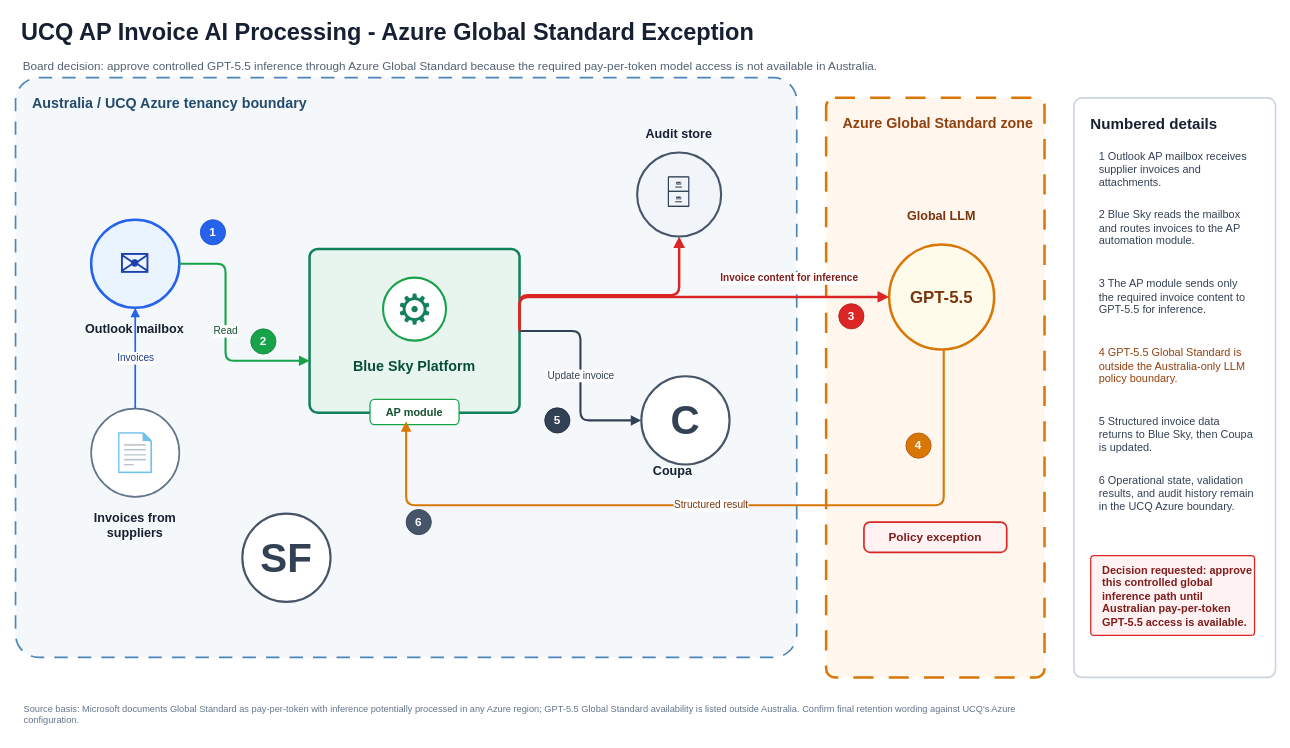
Earlier version of the draw.io diagram Untitled Diagram.drawio (maralcbr/sequence-diagrams). Source tidied: cells renumbered, new cells numbered last; positions are measured from the earlier drawing's top-left corner, leaving out a move shared by most shapes. Both pictures are drawn from the tidied source at 84%, with x=0, y=0 at pixel (15, 14).
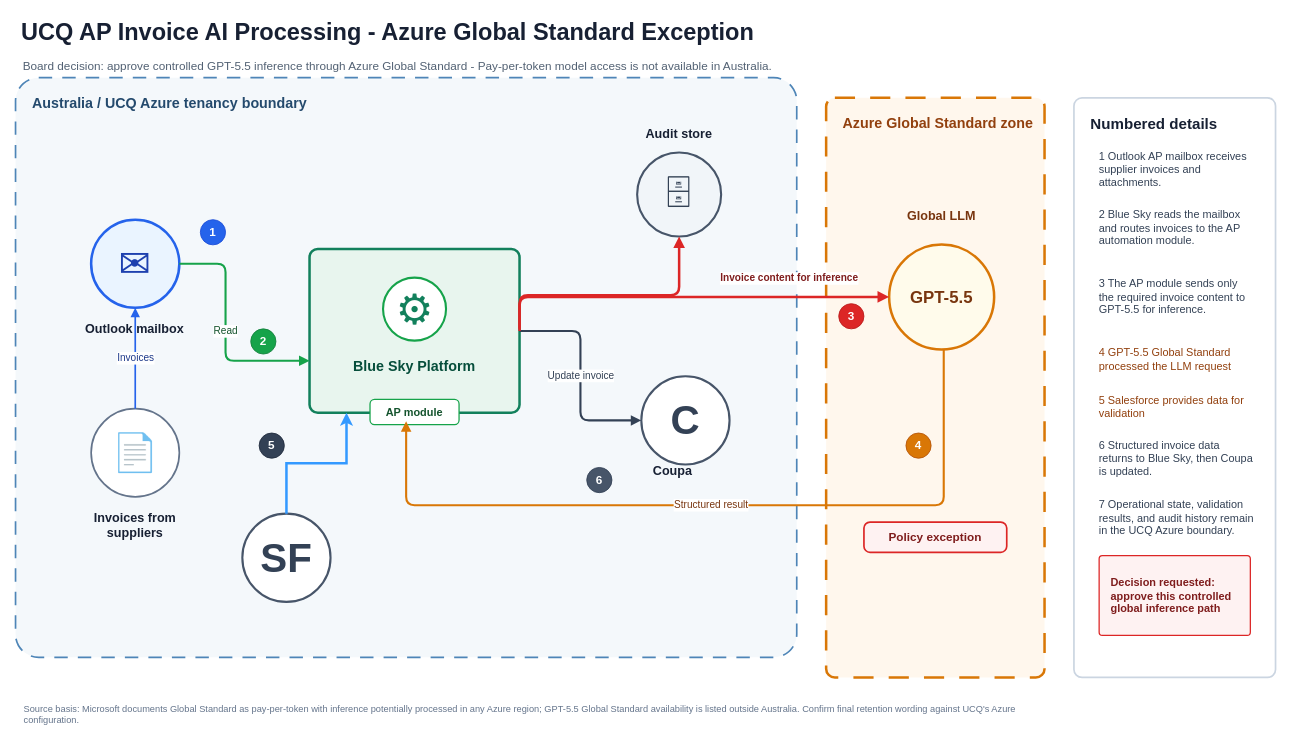
The same diagram, later.

Unchanged cells that the change refers to:
```xml
<mxCell id="11" style="rounded=1;whiteSpace=wrap;html=1;fillColor=#E8F5EE;strokeColor=#12805C;strokeWidth=3;arcSize=5;" parent="1" vertex="1">
  <mxGeometry x="350" y="279" width="250" height="195" as="geometry" />
</mxCell>
<mxCell id="42" value="SF" style="ellipse;whiteSpace=wrap;html=1;fillColor=#FFFFFF;strokeColor=#475569;strokeWidth=2.5;fontSize=48;fontStyle=1;fontColor=#334155;" parent="1" vertex="1">
  <mxGeometry x="270" y="594" width="105" height="105" as="geometry" />
</mxCell>
```

Diff of the diagram source:
```diff
@@
-    <mxCell id="3" value="Board decision: approve controlled GPT-5.5 inference through Azure Global Standard because the required pay-per-token model access is not available in Australia." style="text;html=1;strokeColor=none;fillColor=none;align=left;verticalAlign=top;whiteSpace=wrap;rounded=0;fontSize=14;fontColor=#526173;" parent="1" vertex="1">
+    <mxCell id="3" value="Board decision: approve controlled GPT-5.5 inference through Azure Global Standard - Pay-per-token model access is not available in Australia." style="text;html=1;strokeColor=none;fillColor=none;align=left;verticalAlign=top;whiteSpace=wrap;rounded=0;fontSize=14;fontColor=#526173;" parent="1" vertex="1">
       <mxGeometry x="7" y="46" width="1030" height="38" as="geometry" />
     </mxCell>
@@
-    <mxCell id="25" value="4  GPT-5.5 Global Standard is outside the Australia-only LLM policy boundary." style="rounded=0;whiteSpace=wrap;html=1;fillColor=none;strokeColor=none;fontSize=13;fontColor=#92400E;align=left;verticalAlign=top;spacingLeft=8;" parent="1" vertex="1">
-      <mxGeometry x="1280" y="388" width="195" height="70" as="geometry" />
+    <mxCell id="25" value="4  GPT-5.5 Global Standard processed the LLM request" style="rounded=0;whiteSpace=wrap;html=1;fillColor=none;strokeColor=none;fontSize=13;fontColor=#92400E;align=left;verticalAlign=top;spacingLeft=8;" parent="1" vertex="1">
+      <mxGeometry x="1280" y="388" width="195" height="56" as="geometry" />
     </mxCell>
-    <mxCell id="26" value="5  Structured invoice data returns to Blue Sky, then Coupa is updated." style="rounded=0;whiteSpace=wrap;html=1;fillColor=none;strokeColor=none;fontSize=13;fontColor=#334155;align=left;verticalAlign=top;spacingLeft=8;" parent="1" vertex="1">
-      <mxGeometry x="1280" y="470" width="195" height="58" as="geometry" />
+    <mxCell id="26" value="6 Structured invoice data returns to Blue Sky, then Coupa is updated." style="rounded=0;whiteSpace=wrap;html=1;fillColor=none;strokeColor=none;fontSize=13;fontColor=#334155;align=left;verticalAlign=top;spacingLeft=8;" parent="1" vertex="1">
+      <mxGeometry x="1280" y="498" width="195" height="58" as="geometry" />
     </mxCell>
-    <mxCell id="27" value="6  Operational state, validation results, and audit history remain in the UCQ Azure boundary." style="rounded=0;whiteSpace=wrap;html=1;fillColor=none;strokeColor=none;fontSize=13;fontColor=#334155;align=left;verticalAlign=top;spacingLeft=8;" parent="1" vertex="1">
-      <mxGeometry x="1280" y="540" width="195" height="70" as="geometry" />
+    <mxCell id="27" value="7 Operational state, validation results, and audit history remain in the UCQ Azure boundary." style="rounded=0;whiteSpace=wrap;html=1;fillColor=none;strokeColor=none;fontSize=13;fontColor=#334155;align=left;verticalAlign=top;spacingLeft=8;" parent="1" vertex="1">
+      <mxGeometry x="1280" y="569" width="195" height="70" as="geometry" />
     </mxCell>
-    <mxCell id="28" value="Decision requested: approve this controlled global inference path until Australian pay-per-token GPT-5.5 access is available." style="rounded=1;whiteSpace=wrap;html=1;fillColor=#FEF2F2;strokeColor=#DC2626;strokeWidth=1.5;fontSize=13;fontStyle=1;fontColor=#7F1D1D;align=left;verticalAlign=middle;spacingLeft=12;arcSize=4;" parent="1" vertex="1">
-      <mxGeometry x="1280" y="644" width="195" height="95" as="geometry" />
+    <mxCell id="28" value="Decision requested: approve this controlled global inference path" style="rounded=1;whiteSpace=wrap;html=1;fillColor=#FEF2F2;strokeColor=#DC2626;strokeWidth=1.5;fontSize=13;fontStyle=1;fontColor=#7F1D1D;align=left;verticalAlign=middle;spacingLeft=12;arcSize=4;" parent="1" vertex="1">
+      <mxGeometry x="1290" y="644" width="180" height="95" as="geometry" />
     </mxCell>
@@
     <mxCell id="33" value="5" style="ellipse;whiteSpace=wrap;html=1;fillColor=#334155;strokeColor=#1E293B;fontColor=#FFFFFF;fontStyle=1;fontSize=14;" parent="1" vertex="1">
-      <mxGeometry x="630" y="468" width="30" height="30" as="geometry" />
+      <mxGeometry x="290" y="498" width="30" height="30" as="geometry" />
     </mxCell>
     <mxCell id="34" value="6" style="ellipse;whiteSpace=wrap;html=1;fillColor=#475569;strokeColor=#334155;fontColor=#FFFFFF;fontStyle=1;fontSize=14;" parent="1" vertex="1">
-      <mxGeometry x="465" y="589" width="30" height="30" as="geometry" />
+      <mxGeometry x="680" y="539" width="30" height="30" as="geometry" />
     </mxCell>
@@
+    <mxCell id="43" style="edgeStyle=orthogonalEdgeStyle;rounded=0;jettySize=auto;html=1;exitX=0.5;exitY=0;exitDx=0;exitDy=0;entryX=0.176;entryY=1;entryDx=0;entryDy=0;entryPerimeter=0;strokeWidth=3;strokeColor=light-dark(#3399FF,#FFFFFF);" parent="1" edge="1" source="42" target="11">
+      <mxGeometry relative="1" as="geometry" />
+    </mxCell>
+    <mxCell id="44" value="5 Salesforce provides data for validation" style="rounded=0;whiteSpace=wrap;html=1;fillColor=none;strokeColor=none;fontSize=13;fontColor=#92400E;align=left;verticalAlign=top;spacingLeft=8;" parent="1" vertex="1">
+      <mxGeometry x="1280" y="445" width="195" height="56" as="geometry" />
+    </mxCell>
```
